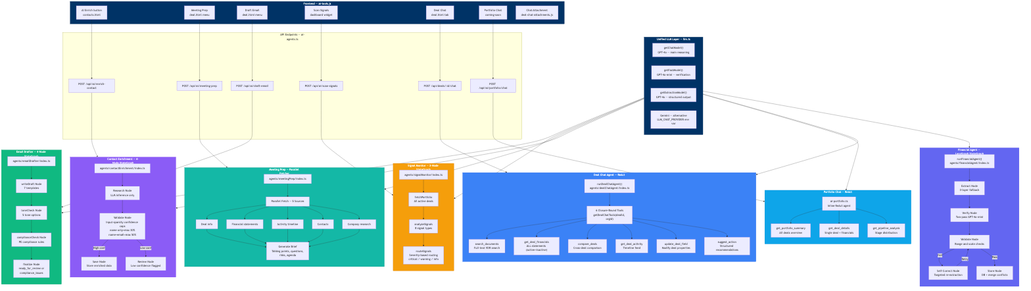
This is docs/diagrams/12-ai-agents-architecture.png from ganeshjagtap7/pe-dealstack, a Mermaid export, as it was before one commit. Its source is kept beside it as docs/diagrams/12-ai-agents-architecture.mmd.
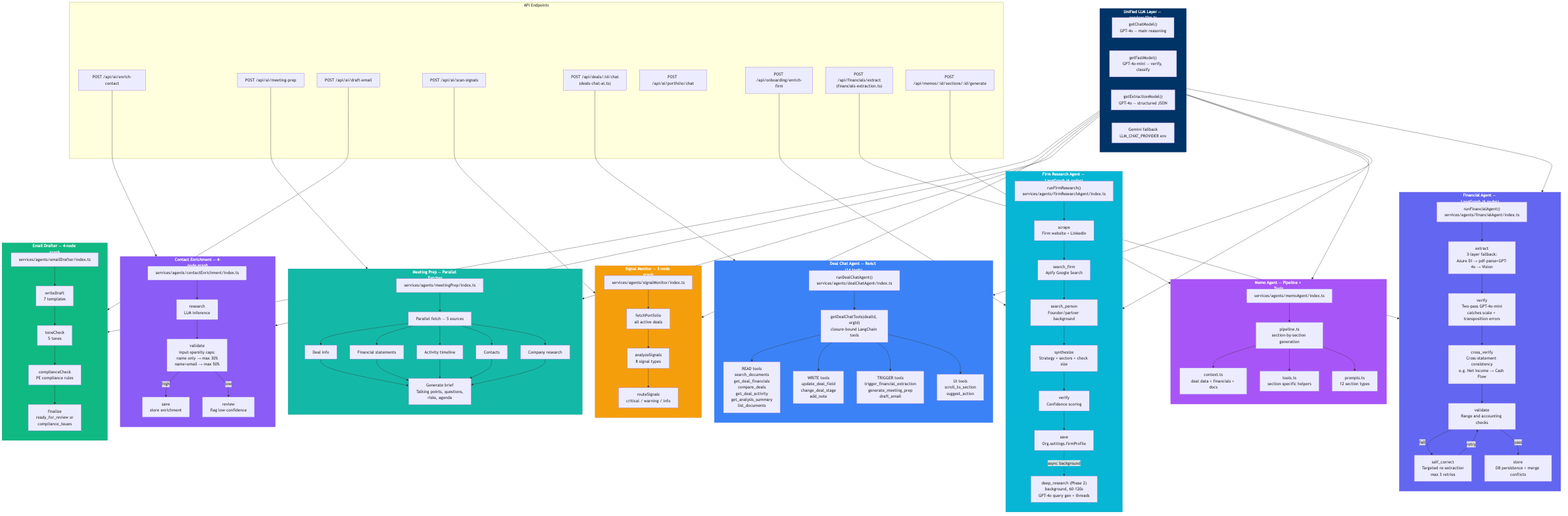
After the change.

Diff of the diagram source:
```diff
@@ -1,176 +1,199 @@
 flowchart TB
-    subgraph LLMLayer["Unified LLM Layer — llm.ts"]
+    subgraph LLMLayer["Unified LLM Layer — services/llm.ts"]
         direction LR
         ChatModel["getChatModel()
         GPT-4o — main reasoning"]
         FastModel["getFastModel()
-        GPT-4o-mini — verification"]
+        GPT-4o-mini — verify, classify"]
         ExtractModel["getExtractionModel()
-        GPT-4o — structured output"]
-        GeminiAlt["Gemini — alternative
-        LLM_CHAT_PROVIDER env var"]
+        GPT-4o — structured JSON"]
+        GeminiAlt["Gemini fallback
+        LLM_CHAT_PROVIDER env"]
     end
 
-    subgraph FinancialAgent["Financial Agent — LangGraph StateGraph"]
+    subgraph FinancialAgent["Financial Agent — LangGraph (6 nodes)"]
         direction TB
         FA_Entry["runFinancialAgent()
-        agents/financialAgent/index.ts"]
-        FA_Extract["Extract Node
-        3-layer fallback"]
-        FA_Verify["Verify Node
-        Two-pass GPT-4o-mini"]
-        FA_Validate["Validate Node
-        Range and scale checks"]
-        FA_SelfCorrect["Self-Correct Node
-        Targeted re-extraction"]
-        FA_Store["Store Node
-        DB + merge conflicts"]
-        FA_Entry --> FA_Extract --> FA_Verify --> FA_Validate
-        FA_Validate -->|Fail| FA_SelfCorrect -->|Retry| FA_Validate
-        FA_Validate -->|Pass| FA_Store
+        services/agents/financialAgent/index.ts"]
+        FA_Extract["extract
+        3-layer fallback:
+        Azure DI → pdf-parse+GPT-4o → Vision"]
+        FA_Verify["verify
+        Two-pass GPT-4o-mini
+        catches scale + transposition errors"]
+        FA_CrossVerify["cross_verify
+        Cross-statement consistency
+        e.g. Net Income → Cash Flow"]
+        FA_Validate["validate
+        Range and accounting checks"]
+        FA_SelfCorrect["self_correct
+        Targeted re-extraction
+        max 3 retries"]
+        FA_Store["store
+        DB persistence + merge conflicts"]
+        FA_Entry --> FA_Extract --> FA_Verify --> FA_CrossVerify --> FA_Validate
+        FA_Validate -->|fail| FA_SelfCorrect -->|retry| FA_Validate
+        FA_Validate -->|pass| FA_Store
     end
 
-    subgraph DealChatAgent["Deal Chat Agent — ReAct"]
+    subgraph DealChatAgent["Deal Chat Agent — ReAct (14 tools)"]
         direction TB
         DC_Entry["runDealChatAgent()
-        agents/dealChatAgent/index.ts"]
-        DC_Tools["6 Closure-Bound Tools
-        getDealChatTools(dealId, orgId)"]
-        DC_T1["search_documents
-        Full-text VDR search"]
-        DC_T2["get_deal_financials
-        ALL statements (active+inactive)"]
-        DC_T3["compare_deals
-        Cross-deal comparison"]
-        DC_T4["get_deal_activity
-        Timeline feed"]
-        DC_T5["update_deal_field
-        Modify deal properties"]
-        DC_T6["suggest_action
-        Structured recommendations"]
-        DC_Entry --> DC_Tools
-        DC_Tools --> DC_T1 & DC_T2 & DC_T3 & DC_T4 & DC_T5 & DC_T6
+        services/agents/dealChatAgent/index.ts"]
+        DC_Tools["getDealChatTools(dealId, orgId)
+        closure-bound LangChain tools"]
+        DC_Read["READ tools
+        search_documents
+        get_deal_financials
+        compare_deals
+        get_deal_activity
+        get_analysis_summary
+        list_documents"]
+        DC_Write["WRITE tools
+        update_deal_field
+        change_deal_stage
+        add_note"]
+        DC_Trigger["TRIGGER tools
+        trigger_financial_extraction
+        generate_meeting_prep
+        draft_email"]
+        DC_Nav["UI tools
+        scroll_to_section
+        suggest_action"]
+        DC_Entry --> DC_Tools --> DC_Read & DC_Write & DC_Trigger & DC_Nav
     end
 
-    subgraph PortfolioChat["Portfolio Chat — ReAct"]
+    subgraph FirmResearch["Firm Research Agent — LangGraph (6 nodes)"]
         direction TB
-        PC_Entry["ai-portfolio.ts
-        Inline ReAct agent"]
-        PC_T1["get_portfolio_summary
-        All deals overview"]
-        PC_T2["get_deal_details
-        Single deal + financials"]
-        PC_T3["get_pipeline_analysis
-        Stage distribution"]
-        PC_Entry --> PC_T1 & PC_T2 & PC_T3
+        FR_Entry["runFirmResearch()
+        services/agents/firmResearchAgent/index.ts"]
+        FR_Scrape["scrape
+        Firm website + LinkedIn"]
+        FR_SearchFirm["search_firm
+        Apify Google Search"]
+        FR_SearchPerson["search_person
+        Founder/partner background"]
+        FR_Synth["synthesize
+        Strategy + sectors + check size"]
+        FR_Verify["verify
+        Confidence scoring"]
+        FR_Save["save
+        Org.settings.firmProfile"]
+        FR_Deep["deep_research (Phase 2)
+        background, 60-120s
+        GPT-4o query gen + threads"]
+        FR_Entry --> FR_Scrape --> FR_SearchFirm --> FR_SearchPerson --> FR_Synth --> FR_Verify --> FR_Save
+        FR_Save -.->|"async background"| FR_Deep
     end
 
-    subgraph ContactEnrich["Contact Enrichment — 4-Node StateGraph"]
+    subgraph MemoAgent["Memo Agent — Pipeline + Tools"]
         direction TB
-        CE_Entry["agents/contactEnrichment/index.ts"]
-        CE_Research["Research Node
-        LLM inference only"]
-        CE_Validate["Validate Node
-        Input-sparsity confidence caps
-        name only=max 30%
-        name+email=max 50%"]
-        CE_Save["Save Node
-        Store enriched data"]
-        CE_Review["Review Node
-        Low confidence flagged"]
+        MA_Entry["services/agents/memoAgent/index.ts"]
+        MA_Pipeline["pipeline.ts
+        section-by-section generation"]
+        MA_Context["context.ts
+        deal data + financials + docs"]
+        MA_Tools["tools.ts
+        section-specific helpers"]
+        MA_Prompts["prompts.ts
+        12 section types"]
+        MA_Entry --> MA_Pipeline --> MA_Context & MA_Tools & MA_Prompts
+    end
+
+    subgraph ContactEnrich["Contact Enrichment — 4-node graph"]
+        direction TB
+        CE_Entry["services/agents/contactEnrichment/index.ts"]
+        CE_Research["research
+        LLM inference"]
+        CE_Validate["validate
+        input-sparsity caps:
+        name only → max 30%
+        name+email → max 50%"]
+        CE_Save["save
+        store enrichment"]
+        CE_Review["review
+        flag low-confidence"]
         CE_Entry --> CE_Research --> CE_Validate
-        CE_Validate -->|High conf| CE_Save
-        CE_Validate -->|Low conf| CE_Review
+        CE_Validate -->|high| CE_Save
+        CE_Validate -->|low| CE_Review
     end
 
     subgraph MeetingPrep["Meeting Prep — Parallel Fetcher"]
         direction TB
-        MP_Entry["agents/meetingPrep/index.ts"]
-        MP_Fetch["Parallel Fetch — 5 Sources"]
+        MP_Entry["services/agents/meetingPrep/index.ts"]
+        MP_Fetch["Parallel fetch — 5 sources"]
         MP_S1["Deal info"]
         MP_S2["Financial statements"]
         MP_S3["Activity timeline"]
         MP_S4["Contacts"]
         MP_S5["Company research"]
-        MP_Brief["Generate Brief
+        MP_Brief["Generate brief
         Talking points, questions,
         risks, agenda"]
-        MP_Entry --> MP_Fetch
-        MP_Fetch --> MP_S1 & MP_S2 & MP_S3 & MP_S4 & MP_S5
+        MP_Entry --> MP_Fetch --> MP_S1 & MP_S2 & MP_S3 & MP_S4 & MP_S5
         MP_S1 & MP_S2 & MP_S3 & MP_S4 & MP_S5 --> MP_Brief
     end
 
-    subgraph SignalMonitor["Signal Monitor — 3-Node StateGraph"]
+    subgraph SignalMonitor["Signal Monitor — 3-node graph"]
         direction TB
-        SM_Entry["agents/signalMonitor/index.ts"]
+        SM_Entry["services/agents/signalMonitor/index.ts"]
         SM_Fetch["fetchPortfolio
-        All active deals"]
+        all active deals"]
         SM_Analyze["analyzeSignals
         8 signal types"]
         SM_Route["routeSignals
-        Severity-based routing
         critical / warning / info"]
         SM_Entry --> SM_Fetch --> SM_Analyze --> SM_Route
     end
 
-    subgraph EmailDrafter["Email Drafter — 4-Node StateGraph"]
+    subgraph EmailDrafter["Email Drafter — 4-node graph"]
         direction TB
-        ED_Entry["agents/emailDrafter/index.ts"]
-        ED_Write["writeDraft Node
+        ED_Entry["services/agents/emailDrafter/index.ts"]
+        ED_Write["writeDraft
         7 templates"]
-        ED_Tone["toneCheck Node
-        5 tone options"]
-        ED_Compliance["complianceCheck Node
+        ED_Tone["toneCheck
+        5 tones"]
+        ED_Compliance["complianceCheck
         PE compliance rules"]
-        ED_Final["finalize Node
+        ED_Final["finalize
         ready_for_review or
         compliance_issues"]
         ED_Entry --> ED_Write --> ED_Tone --> ED_Compliance --> ED_Final
     end
 
-    subgraph Frontend["Frontend — ai-tools.js"]
-        direction LR
-        FE_Enrich["AI Enrich button
-        contacts.html"]
-        FE_Meeting["Meeting Prep
-        deal.html menu"]
-        FE_Email["Draft Email
-        deal.html menu"]
-        FE_Signal["Scan Signals
-        dashboard widget"]
-        FE_Chat["Deal Chat
-        deal.html tab"]
-        FE_Portfolio["Portfolio Chat
-        coming-soon"]
-        FE_Attach["Chat Attachment
-        deal-chat-attachments.js"]
-    end
-
-    subgraph APIEndpoints["API Endpoints — ai-agents.ts"]
+    subgraph APIEndpoints["API Endpoints"]
         direction LR
         EP1["POST /api/ai/enrich-contact"]
         EP2["POST /api/ai/meeting-prep"]
         EP3["POST /api/ai/draft-email"]
         EP4["POST /api/ai/scan-signals"]
-        EP5["POST /api/deals/:id/chat"]
+        EP5["POST /api/deals/:id/chat
+        (deals-chat-ai.ts)"]
         EP6["POST /api/ai/portfolio/chat"]
+        EP7["POST /api/onboarding/enrich-firm"]
+        EP8["POST /api/financials/extract
+        (financials-extraction.ts)"]
+        EP9["POST /api/memos/:id/sections/:id/generate"]
     end
 
-    LLMLayer --> FinancialAgent & DealChatAgent & PortfolioChat & ContactEnrich & MeetingPrep & SignalMonitor & EmailDrafter
+    LLMLayer --> FinancialAgent & DealChatAgent & FirmResearch & MemoAgent
+    LLMLayer --> ContactEnrich & MeetingPrep & SignalMonitor & EmailDrafter
 
-    FE_Enrich --> EP1 --> ContactEnrich
-    FE_Meeting --> EP2 --> MeetingPrep
-    FE_Email --> EP3 --> EmailDrafter
-    FE_Signal --> EP4 --> SignalMonitor
-    FE_Chat --> EP5 --> DealChatAgent
-    FE_Portfolio --> EP6 --> PortfolioChat
+    EP1 --> ContactEnrich
+    EP2 --> MeetingPrep
+    EP3 --> EmailDrafter
+    EP4 --> SignalMonitor
+    EP5 --> DealChatAgent
+    EP7 --> FirmResearch
+    EP8 --> FinancialAgent
+    EP9 --> MemoAgent
 
     style LLMLayer fill:#003366,color:#fff,stroke:#002855
     style FinancialAgent fill:#6366f1,color:#fff,stroke:#4f46e5
     style DealChatAgent fill:#3b82f6,color:#fff,stroke:#2563eb
-    style PortfolioChat fill:#0ea5e9,color:#fff,stroke:#0284c7
+    style FirmResearch fill:#06b6d4,color:#fff,stroke:#0891b2
+    style MemoAgent fill:#a855f7,color:#fff,stroke:#9333ea
     style ContactEnrich fill:#8b5cf6,color:#fff,stroke:#7c3aed
     style MeetingPrep fill:#14b8a6,color:#fff,stroke:#0d9488
     style SignalMonitor fill:#f59e0b,color:#fff,stroke:#d97706
     style EmailDrafter fill:#10b981,color:#fff,stroke:#059669
-    style Frontend fill:#003366,color:#fff,stroke:#002855
```
